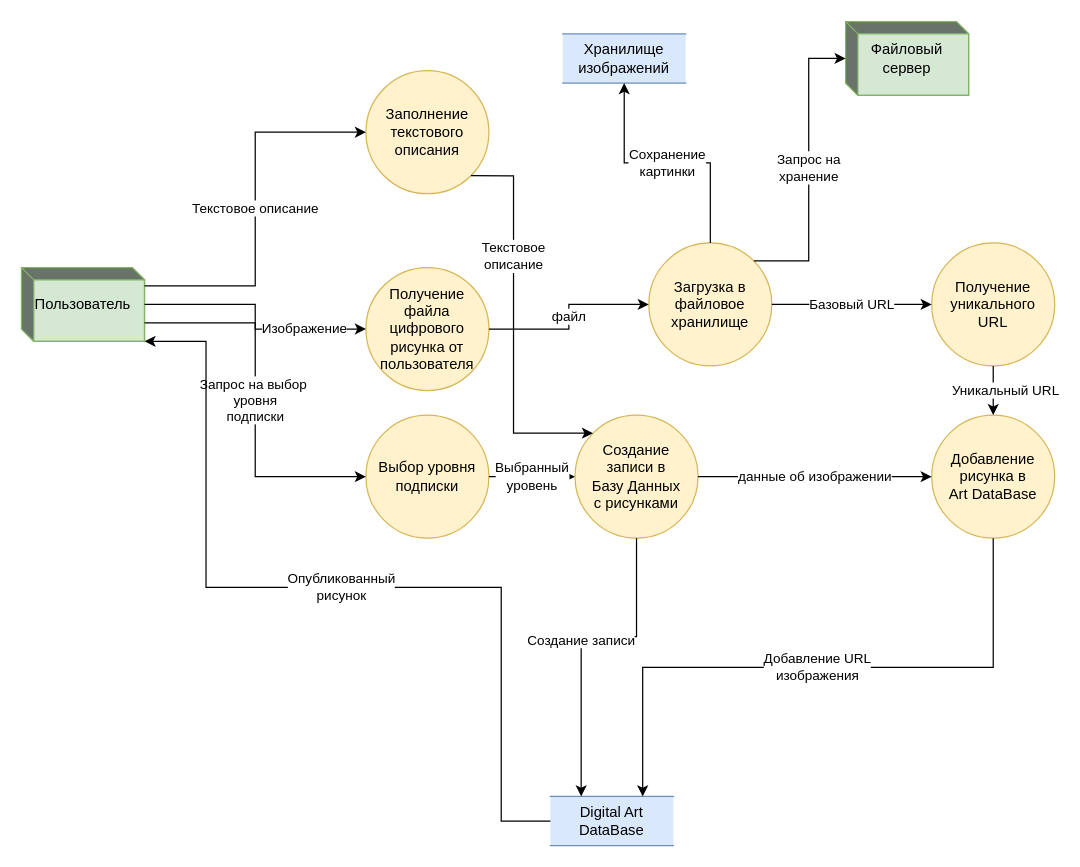
The draw.io diagram Diagrams/ImageUploadProcess.drawio in Laefye/neospiartion, before the edit. Source tidied: cells renumbered, new cells numbered last; positions are measured from the earlier drawing's top-left corner, leaving out a move shared by most shapes. Both pictures are drawn from the tidied source at 123%, with x=0, y=0 at pixel (21, 21).
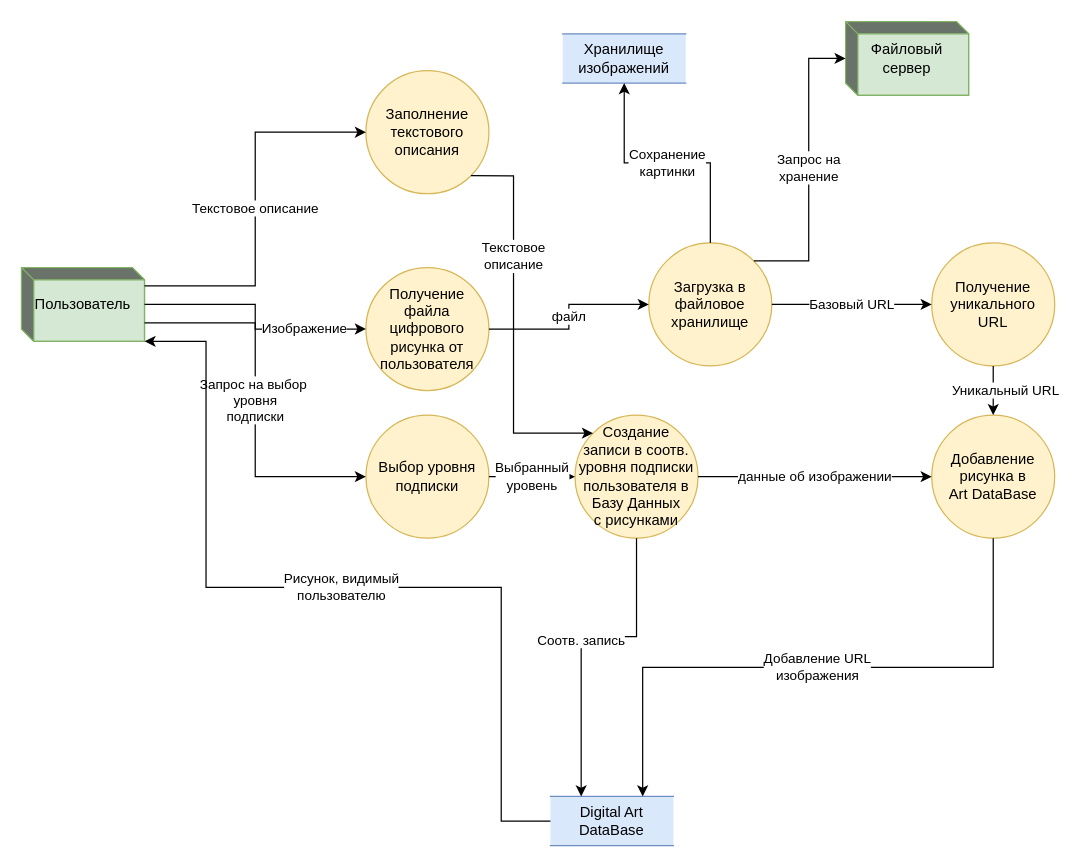
The same diagram, later.

Unchanged cells that the change refers to:
```xml
<mxCell id="2" value="Пользователь" style="html=1;dashed=0;whiteSpace=wrap;shape=mxgraph.dfd.externalEntity;fillColor=#d5e8d4;strokeColor=#82b366;" parent="1" vertex="1">
  <mxGeometry y="200" width="100" height="60" as="geometry" />
</mxCell>
<mxCell id="12" value="Digital Art DataBase" style="html=1;dashed=0;whiteSpace=wrap;shape=partialRectangle;right=0;left=0;fillColor=#dae8fc;strokeColor=#6c8ebf;" parent="1" vertex="1">
  <mxGeometry x="430" y="630" width="100" height="40" as="geometry" />
</mxCell>
```

Diff of the diagram source:
```diff
@@
-    <mxCell id="9" value="Создание&lt;br&gt;записи в&lt;br&gt;Базу Данных&lt;div&gt;с рисунками&lt;/div&gt;" style="ellipse;whiteSpace=wrap;html=1;fillColor=#fff2cc;strokeColor=#d6b656;" parent="1" vertex="1">
+    <mxCell id="9" value="Создание&lt;br&gt;записи в соотв. уровня подписки пользователя в&lt;br&gt;Базу Данных&lt;div&gt;с рисунками&lt;/div&gt;" style="ellipse;whiteSpace=wrap;html=1;fillColor=#fff2cc;strokeColor=#d6b656;" parent="1" vertex="1">
       <mxGeometry x="450" y="320" width="100" height="100" as="geometry" />
     </mxCell>
@@
-    <mxCell id="24" value="Создание записи" style="edgeStyle=orthogonalEdgeStyle;rounded=0;jettySize=auto;html=1;exitX=0.5;exitY=1;exitDx=0;exitDy=0;entryX=0.25;entryY=0;entryDx=0;entryDy=0;" parent="1" edge="1" source="9" target="12">
+    <mxCell id="24" value="Соотв. запись" style="edgeStyle=orthogonalEdgeStyle;rounded=0;jettySize=auto;html=1;exitX=0.5;exitY=1;exitDx=0;exitDy=0;entryX=0.25;entryY=0;entryDx=0;entryDy=0;" parent="1" edge="1" source="9" target="12">
       <mxGeometry relative="1" as="geometry">
         <Array as="points">
           <mxPoint x="500" y="500" />
           <mxPoint x="455" y="500" />
         </Array>
       </mxGeometry>
     </mxCell>
@@
-    <mxCell id="26" value="Опубликованный&lt;br&gt;рисунок" style="edgeStyle=orthogonalEdgeStyle;rounded=0;jettySize=auto;html=1;exitX=0;exitY=0.5;exitDx=0;exitDy=0;" parent="1" edge="1" source="12" target="2">
+    <mxCell id="26" value="Рисунок, видимый&lt;div&gt;пользователю&lt;/div&gt;" style="edgeStyle=orthogonalEdgeStyle;rounded=0;jettySize=auto;html=1;exitX=0;exitY=0.5;exitDx=0;exitDy=0;" parent="1" edge="1" source="12" target="2">
       <mxGeometry relative="1" as="geometry">
         <Array as="points">
           <mxPoint x="390" y="650" />
           <mxPoint x="390" y="460" />
           <mxPoint x="150" y="460" />
           <mxPoint x="150" y="260" />
         </Array>
       </mxGeometry>
     </mxCell>
```
